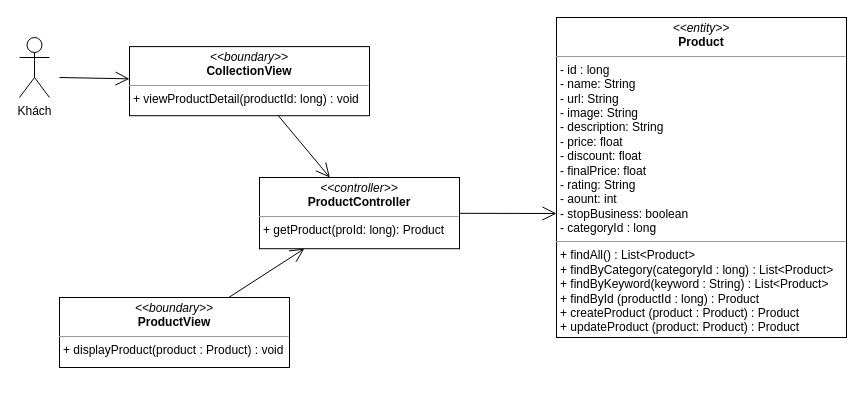
nguyenphamvan/datn_20202 keeps this draw.io diagram as class diagram/get-productDetail-class-diagram.drawio. Above is the earlier version. Source tidied: cells renumbered, new cells numbered last; positions are measured from the earlier drawing's top-left corner, leaving out a move shared by most shapes. Both pictures are drawn from the tidied source at 100%, with x=0, y=0 at pixel (19, 17).
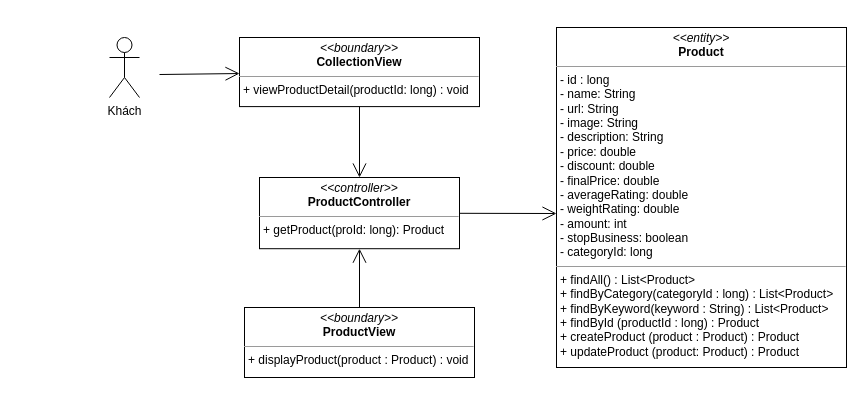
After the change.

What changed in the source:
```diff
@@
 <mxGraphModel>
   <root>
     <mxCell id="0" />
     <mxCell id="1" parent="0" />
     <mxCell id="2" value="&lt;p style=&quot;margin: 0px ; margin-top: 4px ; text-align: center&quot;&gt;&lt;i&gt;&amp;lt;&amp;lt;boundary&amp;gt;&amp;gt;&lt;/i&gt;&lt;br&gt;&lt;b&gt;ProductView&lt;/b&gt;&lt;/p&gt;&lt;hr size=&quot;1&quot;&gt;&lt;p style=&quot;margin: 0px ; margin-left: 4px&quot;&gt;&lt;span&gt;+ displayProduct(product : Product) : void&lt;/span&gt;&lt;/p&gt;" style="verticalAlign=top;align=left;overflow=fill;fontSize=12;fontFamily=Helvetica;html=1;" parent="1" vertex="1">
-      <mxGeometry x="40" y="280" width="230" height="70" as="geometry" />
+      <mxGeometry x="225" y="290" width="230" height="70" as="geometry" />
     </mxCell>
     <mxCell id="3" value="&lt;p style=&quot;margin: 0px ; margin-top: 4px ; text-align: center&quot;&gt;&lt;i&gt;&amp;lt;&amp;lt;controller&amp;gt;&amp;gt;&lt;/i&gt;&lt;br&gt;&lt;b&gt;ProductController&lt;/b&gt;&lt;/p&gt;&lt;hr size=&quot;1&quot;&gt;&lt;p style=&quot;margin: 0px ; margin-left: 4px&quot;&gt;+ getProduct(proId: long): Product&lt;br&gt;&lt;/p&gt;" style="verticalAlign=top;align=left;overflow=fill;fontSize=12;fontFamily=Helvetica;html=1;" parent="1" vertex="1">
       <mxGeometry x="240" y="160" width="200" height="71.2" as="geometry" />
     </mxCell>
-    <mxCell id="4" value="&lt;p style=&quot;margin: 0px ; margin-top: 4px ; text-align: center&quot;&gt;&lt;i&gt;&amp;lt;&amp;lt;entity&amp;gt;&amp;gt;&lt;/i&gt;&lt;br&gt;&lt;b&gt;Product&lt;/b&gt;&lt;/p&gt;&lt;hr size=&quot;1&quot;&gt;&lt;p style=&quot;margin: 0px ; margin-left: 4px&quot;&gt;- id : long&lt;/p&gt;&lt;p style=&quot;margin: 0px ; margin-left: 4px&quot;&gt;- name: String&lt;br&gt;- url: String&lt;/p&gt;&lt;p style=&quot;margin: 0px ; margin-left: 4px&quot;&gt;- image: String&lt;/p&gt;&lt;p style=&quot;margin: 0px ; margin-left: 4px&quot;&gt;- description: String&lt;/p&gt;&lt;p style=&quot;margin: 0px ; margin-left: 4px&quot;&gt;- price: float&lt;/p&gt;&lt;p style=&quot;margin: 0px ; margin-left: 4px&quot;&gt;- discount: float&lt;/p&gt;&lt;p style=&quot;margin: 0px ; margin-left: 4px&quot;&gt;- finalPrice: float&lt;/p&gt;&lt;p style=&quot;margin: 0px ; margin-left: 4px&quot;&gt;- rating: String&lt;/p&gt;&lt;p style=&quot;margin: 0px ; margin-left: 4px&quot;&gt;- aount: int&lt;/p&gt;&lt;p style=&quot;margin: 0px ; margin-left: 4px&quot;&gt;- stopBusiness: boolean&lt;/p&gt;&lt;p style=&quot;margin: 0px ; margin-left: 4px&quot;&gt;- categoryId : long&lt;/p&gt;&lt;hr size=&quot;1&quot;&gt;&lt;p style=&quot;margin: 0px 0px 0px 4px&quot;&gt;+ findAll() : List&amp;lt;Product&amp;gt;&lt;/p&gt;&lt;p style=&quot;margin: 0px 0px 0px 4px&quot;&gt;+ findByCategory(categoryId : long) : List&amp;lt;Product&amp;gt;&lt;/p&gt;&lt;p style=&quot;margin: 0px 0px 0px 4px&quot;&gt;+ findByKeyword(keyword : String) : List&amp;lt;Product&amp;gt;&lt;/p&gt;&lt;p style=&quot;margin: 0px 0px 0px 4px&quot;&gt;+ findById (productId : long) : Product&lt;/p&gt;&lt;p style=&quot;margin: 0px 0px 0px 4px&quot;&gt;+ createProduct (product : Product) : Product&lt;/p&gt;&lt;p style=&quot;margin: 0px 0px 0px 4px&quot;&gt;+ updateProduct (product: Product) : Product&lt;/p&gt;" style="verticalAlign=top;align=left;overflow=fill;fontSize=12;fontFamily=Helvetica;html=1;" parent="1" vertex="1">
-      <mxGeometry x="537" width="290" height="320" as="geometry" />
+    <mxCell id="4" value="&lt;p style=&quot;margin: 0px ; margin-top: 4px ; text-align: center&quot;&gt;&lt;i&gt;&amp;lt;&amp;lt;entity&amp;gt;&amp;gt;&lt;/i&gt;&lt;br&gt;&lt;b&gt;Product&lt;/b&gt;&lt;/p&gt;&lt;hr size=&quot;1&quot;&gt;&lt;p style=&quot;margin: 0px 0px 0px 4px&quot;&gt;- id : long&lt;/p&gt;&lt;p style=&quot;margin: 0px 0px 0px 4px&quot;&gt;- name: String&lt;br&gt;- url: String&lt;/p&gt;&lt;p style=&quot;margin: 0px 0px 0px 4px&quot;&gt;- image: String&lt;/p&gt;&lt;p style=&quot;margin: 0px 0px 0px 4px&quot;&gt;- description: String&lt;/p&gt;&lt;p style=&quot;margin: 0px 0px 0px 4px&quot;&gt;- price: double&lt;/p&gt;&lt;p style=&quot;margin: 0px 0px 0px 4px&quot;&gt;- discount: double&lt;/p&gt;&lt;p style=&quot;margin: 0px 0px 0px 4px&quot;&gt;- finalPrice: double&lt;/p&gt;&lt;p style=&quot;margin: 0px 0px 0px 4px&quot;&gt;- averageRating: double&lt;/p&gt;&lt;p style=&quot;margin: 0px 0px 0px 4px&quot;&gt;- weightRating: double&lt;/p&gt;&lt;p style=&quot;margin: 0px 0px 0px 4px&quot;&gt;- amount: int&lt;/p&gt;&lt;p style=&quot;margin: 0px 0px 0px 4px&quot;&gt;- stopBusiness: boolean&lt;/p&gt;&lt;p style=&quot;margin: 0px 0px 0px 4px&quot;&gt;- categoryId: long&lt;/p&gt;&lt;hr size=&quot;1&quot;&gt;&lt;p style=&quot;margin: 0px 0px 0px 4px&quot;&gt;+ findAll() : List&amp;lt;Product&amp;gt;&lt;/p&gt;&lt;p style=&quot;margin: 0px 0px 0px 4px&quot;&gt;+ findByCategory(categoryId : long) : List&amp;lt;Product&amp;gt;&lt;/p&gt;&lt;p style=&quot;margin: 0px 0px 0px 4px&quot;&gt;+ findByKeyword(keyword : String) : List&amp;lt;Product&amp;gt;&lt;/p&gt;&lt;p style=&quot;margin: 0px 0px 0px 4px&quot;&gt;+ findById (productId : long) : Product&lt;/p&gt;&lt;p style=&quot;margin: 0px 0px 0px 4px&quot;&gt;+ createProduct (product : Product) : Product&lt;/p&gt;&lt;p style=&quot;margin: 0px 0px 0px 4px&quot;&gt;+ updateProduct (product: Product) : Product&lt;/p&gt;" style="verticalAlign=top;align=left;overflow=fill;fontSize=12;fontFamily=Helvetica;html=1;" parent="1" vertex="1">
+      <mxGeometry x="537" y="10" width="290" height="340" as="geometry" />
     </mxCell>
     <mxCell id="5" style="endArrow=open;endFill=1;endSize=12;html=1;" parent="1" edge="1" source="3">
       <mxGeometry relative="1" as="geometry">
         <mxPoint x="537" y="196" as="targetPoint" />
       </mxGeometry>
     </mxCell>
     <mxCell id="6" value="&lt;p style=&quot;margin: 0px ; margin-top: 4px ; text-align: center&quot;&gt;&lt;i&gt;&amp;lt;&amp;lt;boundary&amp;gt;&amp;gt;&lt;/i&gt;&lt;br&gt;&lt;b&gt;CollectionView&lt;/b&gt;&lt;/p&gt;&lt;hr size=&quot;1&quot;&gt;&lt;p style=&quot;margin: 0px ; margin-left: 4px&quot;&gt;&lt;span&gt;+ viewProductDetail(productId: long) : void&lt;/span&gt;&lt;/p&gt;" style="verticalAlign=top;align=left;overflow=fill;fontSize=12;fontFamily=Helvetica;html=1;" parent="1" vertex="1">
-      <mxGeometry x="110" y="29.1" width="240" height="69.1" as="geometry" />
+      <mxGeometry x="220" y="20" width="240" height="69.1" as="geometry" />
     </mxCell>
     <mxCell id="7" style="endArrow=open;endFill=1;endSize=12;html=1;" parent="1" edge="1" source="6" target="3">
       <mxGeometry relative="1" as="geometry" />
     </mxCell>
     <mxCell id="8" style="endArrow=open;endFill=1;endSize=12;html=1;" parent="1" edge="1" source="2" target="3">
       <mxGeometry relative="1" as="geometry" />
     </mxCell>
     <mxCell id="9" value="Khách" style="shape=umlActor;verticalLabelPosition=bottom;verticalAlign=top;html=1;" parent="1" vertex="1">
-      <mxGeometry y="20" width="30" height="60" as="geometry" />
+      <mxGeometry x="90" y="20" width="30" height="60" as="geometry" />
     </mxCell>
     <mxCell id="10" style="endArrow=open;endFill=1;endSize=12;html=1;" parent="1" edge="1" target="6">
       <mxGeometry relative="1" as="geometry">
-        <mxPoint x="40" y="60" as="sourcePoint" />
+        <mxPoint x="140" y="57" as="sourcePoint" />
       </mxGeometry>
     </mxCell>
   </root>
 </mxGraphModel>
```
